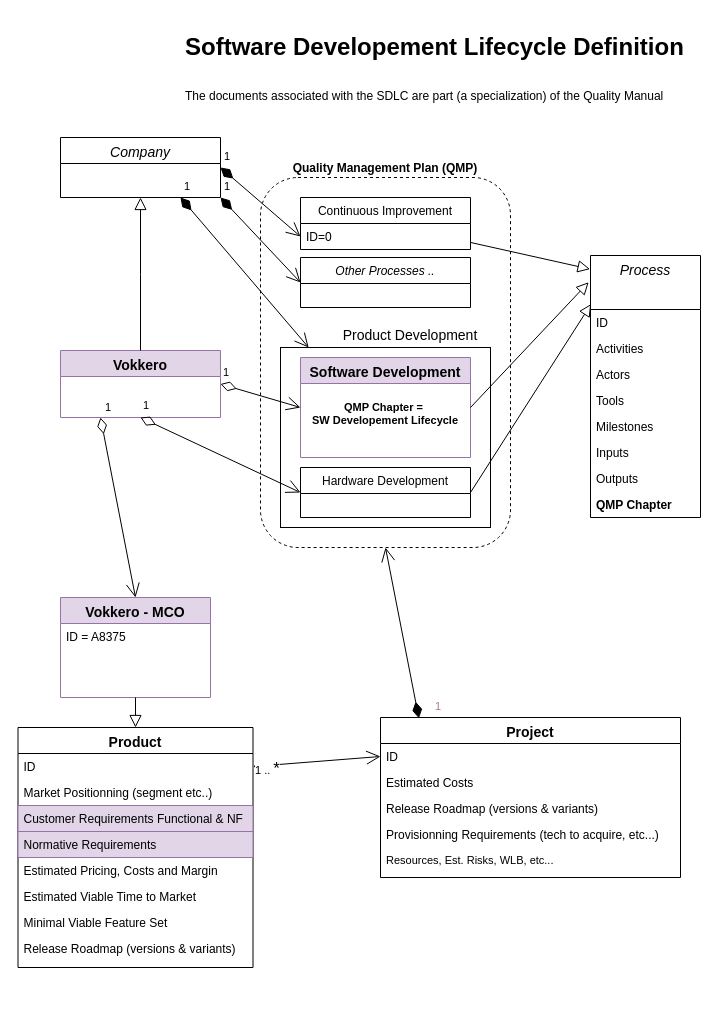
Above: page "SW-dev-quality-manual" (1 of 2) of images/Untitled Diagram.drawio in mtitinger/zz_doc (draw.io), before the change. Source tidied: cells renumbered, new cells numbered last; positions are measured from the earlier drawing's top-left corner, leaving out a move shared by most shapes. Both pictures are drawn from the tidied source at 100%, with x=0, y=0 at pixel (18, 27).
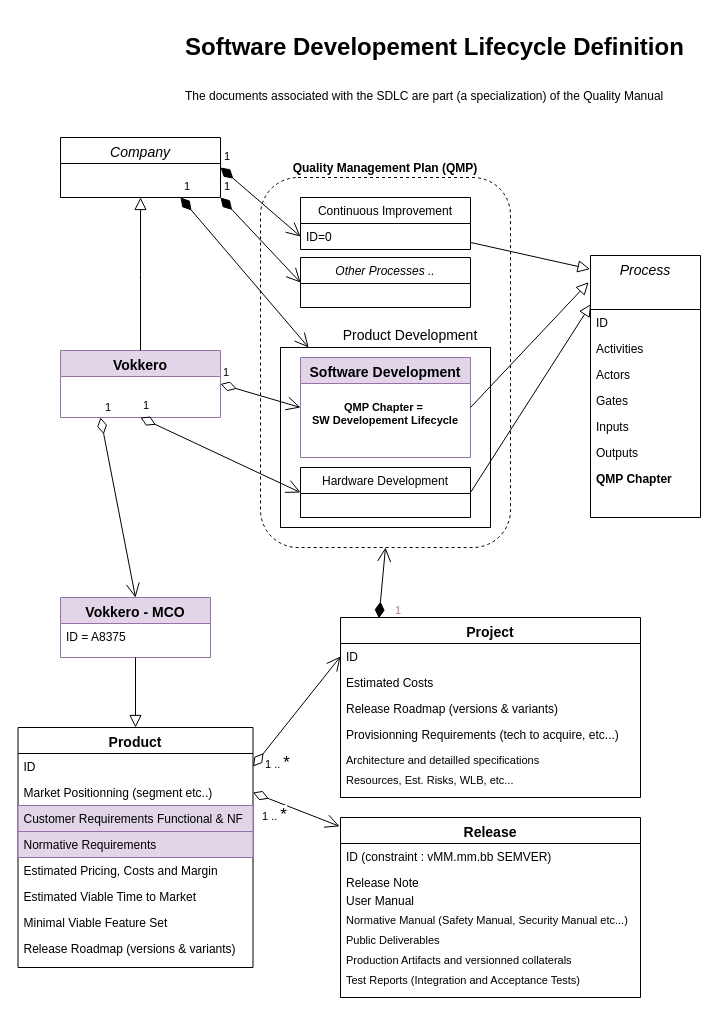
Above is the later version.

The change refers to these unchanged cells:
```xml
<mxCell id="6" value="Process" style="swimlane;fontStyle=2;align=center;verticalAlign=top;horizontal=1;startSize=54;rounded=0;shadow=0;strokeWidth=1;fontSize=14;" parent="1" vertex="1">
  <mxGeometry x="572" y="228" width="110" height="262" as="geometry" />
</mxCell>
<mxCell id="46" value="Market Positionning (segment etc..)" style="text;align=left;verticalAlign=top;spacingLeft=4;spacingRight=4;overflow=hidden;points=[[0,0.5],[1,0.5]];portConstraint=eastwest;rounded=0;shadow=0;html=0;" parent="44" vertex="1">
  <mxGeometry y="52" width="235" height="26" as="geometry" />
</mxCell>
```

Change to the diagram source:
```diff
@@
-    <mxCell id="10" value="Tools" style="text;align=left;verticalAlign=top;spacingLeft=4;spacingRight=4;overflow=hidden;rounded=0;shadow=0;html=0;" parent="6" vertex="1">
-      <mxGeometry y="132" width="110" height="26" as="geometry" />
-    </mxCell>
-    <mxCell id="11" value="Milestones" style="text;align=left;verticalAlign=top;spacingLeft=4;spacingRight=4;overflow=hidden;rounded=0;shadow=0;html=0;" parent="6" vertex="1">
-      <mxGeometry y="158" width="110" height="26" as="geometry" />
+    <mxCell id="11" value="Gates" style="text;align=left;verticalAlign=top;spacingLeft=4;spacingRight=4;overflow=hidden;rounded=0;shadow=0;html=0;" parent="6" vertex="1">
+      <mxGeometry y="132" width="110" height="26" as="geometry" />
     </mxCell>
     <mxCell id="12" value="Inputs" style="text;align=left;verticalAlign=top;spacingLeft=4;spacingRight=4;overflow=hidden;rounded=0;shadow=0;html=0;" parent="6" vertex="1">
-      <mxGeometry y="184" width="110" height="26" as="geometry" />
+      <mxGeometry y="158" width="110" height="26" as="geometry" />
     </mxCell>
     <mxCell id="13" value="Outputs" style="text;align=left;verticalAlign=top;spacingLeft=4;spacingRight=4;overflow=hidden;rounded=0;shadow=0;html=0;" parent="6" vertex="1">
-      <mxGeometry y="210" width="110" height="26" as="geometry" />
+      <mxGeometry y="184" width="110" height="26" as="geometry" />
     </mxCell>
     <mxCell id="14" value="QMP Chapter" style="text;align=left;verticalAlign=top;spacingLeft=4;spacingRight=4;overflow=hidden;rounded=0;shadow=0;html=0;fillColor=none;strokeColor=none;fontStyle=1;" parent="6" vertex="1">
-      <mxGeometry y="236" width="110" height="26" as="geometry" />
+      <mxGeometry y="210" width="110" height="26" as="geometry" />
     </mxCell>
@@
     <mxCell id="32" value="Project" style="swimlane;fontStyle=1;align=center;verticalAlign=top;horizontal=1;startSize=26;rounded=0;shadow=0;strokeWidth=1;fontSize=14;" parent="1" vertex="1">
-      <mxGeometry x="362" y="690" width="300" height="160" as="geometry" />
+      <mxGeometry x="322" y="590" width="300" height="180" as="geometry" />
     </mxCell>
@@
+    <mxCell id="54" value="Architecture and detailled specifications" style="text;align=left;verticalAlign=top;spacingLeft=4;spacingRight=4;overflow=hidden;rounded=0;shadow=0;html=0;fontStyle=0;fontSize=11;" parent="32" vertex="1">
+      <mxGeometry y="130" width="300" height="20" as="geometry" />
+    </mxCell>
     <mxCell id="37" value="Resources, Est. Risks, WLB, etc..." style="text;align=left;verticalAlign=top;spacingLeft=4;spacingRight=4;overflow=hidden;rounded=0;shadow=0;html=0;fontStyle=0;fontSize=11;" parent="32" vertex="1">
-      <mxGeometry y="130" width="300" height="20" as="geometry" />
+      <mxGeometry y="150" width="300" height="20" as="geometry" />
     </mxCell>
@@
     <mxCell id="39" value="Vokkero - MCO" style="swimlane;fontStyle=1;align=center;verticalAlign=top;horizontal=1;startSize=26;rounded=0;shadow=0;strokeWidth=1;fillColor=#e1d5e7;strokeColor=#9673a6;fontSize=14;" parent="1" vertex="1">
-      <mxGeometry x="42" y="570" width="150" height="100" as="geometry" />
+      <mxGeometry x="42" y="570" width="150" height="60" as="geometry" />
     </mxCell>
@@
+    <mxCell id="55" value="Release" style="swimlane;fontStyle=1;align=center;verticalAlign=top;horizontal=1;startSize=26;rounded=0;shadow=0;strokeWidth=1;fontSize=14;" parent="1" vertex="1">
+      <mxGeometry x="322" y="790" width="300" height="180" as="geometry" />
+    </mxCell>
+    <mxCell id="56" value="ID (constraint : vMM.mm.bb SEMVER)" style="text;align=left;verticalAlign=top;spacingLeft=4;spacingRight=4;overflow=hidden;rounded=0;shadow=0;html=0;" parent="55" vertex="1">
+      <mxGeometry y="26" width="300" height="26" as="geometry" />
+    </mxCell>
+    <mxCell id="57" value="Release Note" style="text;align=left;verticalAlign=top;spacingLeft=4;spacingRight=4;overflow=hidden;rounded=0;shadow=0;html=0;" parent="55" vertex="1">
+      <mxGeometry y="52" width="300" height="18" as="geometry" />
+    </mxCell>
+    <mxCell id="58" value="User Manual" style="text;align=left;verticalAlign=top;spacingLeft=4;spacingRight=4;overflow=hidden;rounded=0;shadow=0;html=0;" parent="55" vertex="1">
+      <mxGeometry y="70" width="300" height="20" as="geometry" />
+    </mxCell>
+    <mxCell id="59" value="Normative Manual (Safety Manual, Security Manual etc...)" style="text;align=left;verticalAlign=top;spacingLeft=4;spacingRight=4;overflow=hidden;rounded=0;shadow=0;html=0;fontStyle=0;fontSize=11;" parent="55" vertex="1">
+      <mxGeometry y="90" width="300" height="20" as="geometry" />
+    </mxCell>
+    <mxCell id="60" value="Public Deliverables" style="text;align=left;verticalAlign=top;spacingLeft=4;spacingRight=4;overflow=hidden;rounded=0;shadow=0;html=0;fontStyle=0;fontSize=11;" parent="55" vertex="1">
+      <mxGeometry y="110" width="300" height="20" as="geometry" />
+    </mxCell>
+    <mxCell id="61" value="Production Artifacts and versionned collaterals" style="text;align=left;verticalAlign=top;spacingLeft=4;spacingRight=4;overflow=hidden;rounded=0;shadow=0;html=0;fontStyle=0;fontSize=11;" parent="55" vertex="1">
+      <mxGeometry y="130" width="300" height="20" as="geometry" />
+    </mxCell>
+    <mxCell id="62" value="Test Reports (Integration and Acceptance Tests)" style="text;align=left;verticalAlign=top;spacingLeft=4;spacingRight=4;overflow=hidden;rounded=0;shadow=0;html=0;fontStyle=0;fontSize=11;" parent="55" vertex="1">
+      <mxGeometry y="150" width="300" height="30" as="geometry" />
+    </mxCell>
+    <mxCell id="63" value="1 .. &lt;font style=&quot;font-size: 17px&quot;&gt;*&lt;/font&gt;" style="endArrow=open;html=1;endSize=12;startArrow=diamondThin;startSize=14;startFill=0;align=left;verticalAlign=bottom;rounded=0;exitX=1;exitY=0.5;exitDx=0;exitDy=0;entryX=-0.003;entryY=0.049;entryDx=0;entryDy=0;entryPerimeter=0;" parent="1" edge="1" source="46" target="55">
+      <mxGeometry x="-0.57" y="-30" relative="1" as="geometry" />
+    </mxCell>
```
